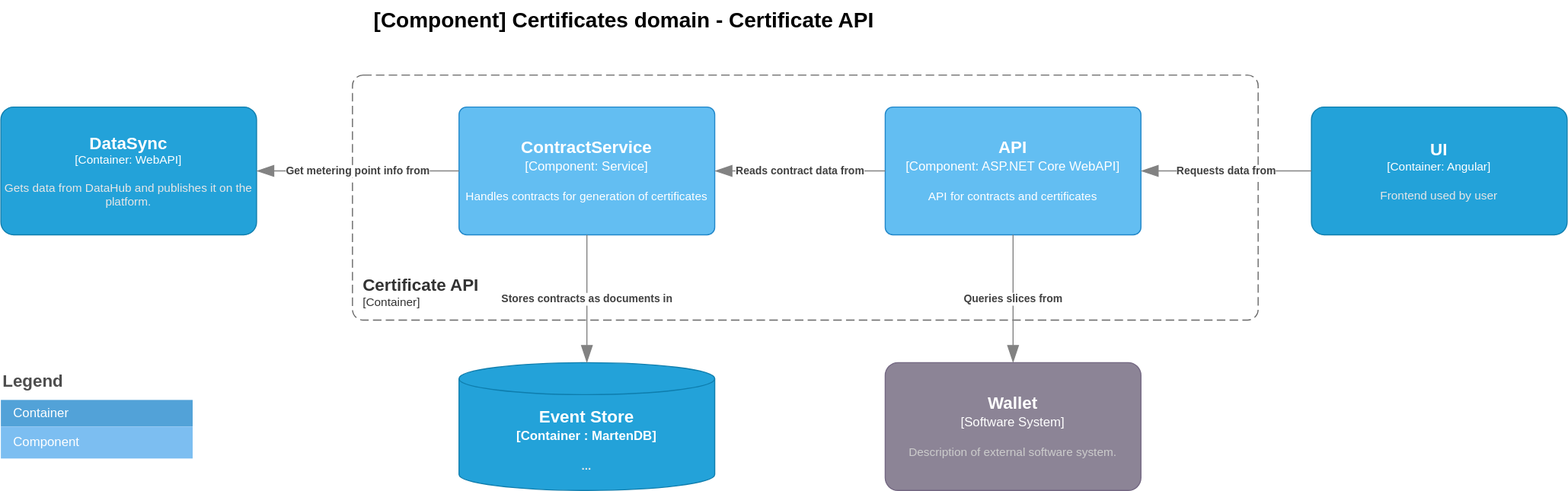
The draw.io diagram doc/architecture/diagrams/certificates.current.component.certificate.api.drawio.svg in Energinet-DataHub/energy-origin, before a commit. Source tidied: cells renumbered, new cells last; positions are measured from the earlier drawing's top-left corner, leaving out a move shared by most shapes.
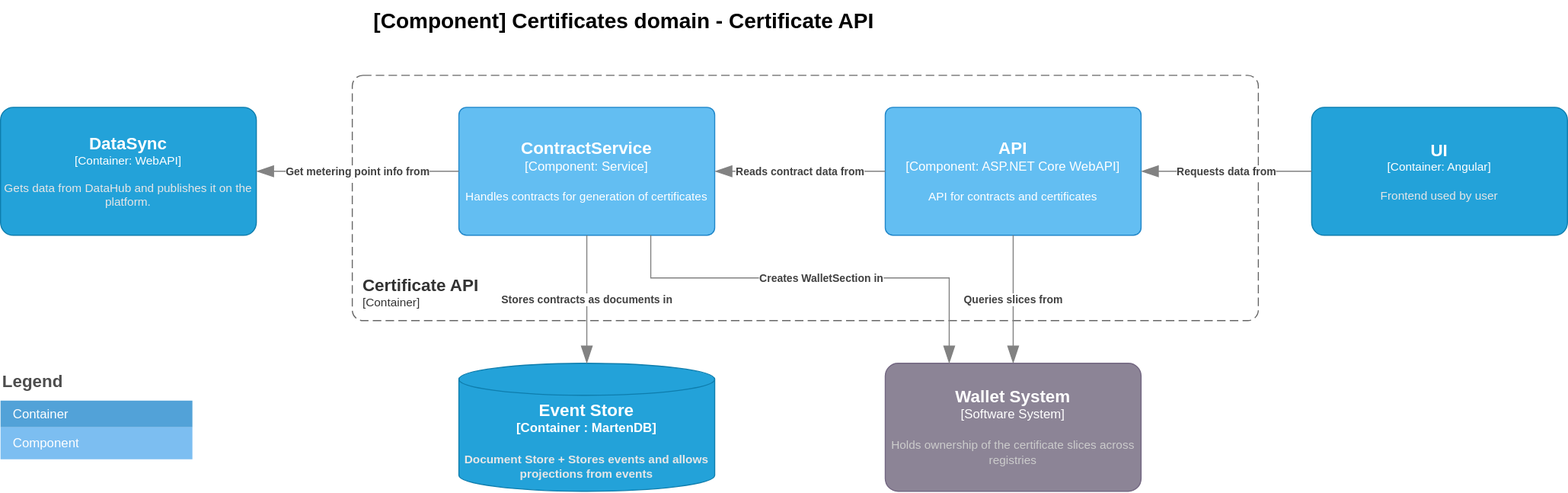
After the change.

What changed in the source:
```diff
@@ -7,7 +7,7 @@
         <mxGeometry x="330" y="70" width="850" height="230" as="geometry" />
       </mxCell>
     </object>
-    <object id="3" label="&lt;font style=&quot;font-size: 16px&quot;&gt;&lt;b&gt;%c4Type%&lt;/font&gt;&lt;div&gt;[%c4Container%:&amp;nbsp;%c4Technology%]&lt;/div&gt;&lt;br&gt;&lt;div&gt;&lt;font style=&quot;font-size: 11px&quot;&gt;&lt;font color=&quot;#E6E6E6&quot;&gt;%c4Description%&lt;/font&gt;&lt;/div&gt;" c4Container="Container " c4Description="..." c4Technology="MartenDB" c4Type="Event Store" placeholders="1">
+    <object id="3" label="&lt;font style=&quot;font-size: 16px&quot;&gt;&lt;b&gt;%c4Type%&lt;/font&gt;&lt;div&gt;[%c4Container%:&amp;nbsp;%c4Technology%]&lt;/div&gt;&lt;br&gt;&lt;div&gt;&lt;font style=&quot;font-size: 11px&quot;&gt;&lt;font color=&quot;#E6E6E6&quot;&gt;%c4Description%&lt;/font&gt;&lt;/div&gt;" c4Container="Container " c4Description="Document Store + Stores events and allows projections from events" c4Technology="MartenDB" c4Type="Event Store" placeholders="1">
       <mxCell style="shape=cylinder3;size=15;whiteSpace=wrap;html=1;boundedLbl=1;rounded=0;labelBackgroundColor=none;fillColor=#23A2D9;fontSize=12;fontColor=#ffffff;align=center;strokeColor=#0E7DAD;points=[[0.5,0,0],[1,0.25,0],[1,0.5,0],[1,0.75,0],[0.5,1,0],[0,0.75,0],[0,0.5,0],[0,0.25,0]];" parent="1" vertex="1">
         <mxGeometry x="430" y="340" width="240" height="120" as="geometry" />
       </mxCell>
@@ -74,10 +74,20 @@
         <mxGeometry relative="1" as="geometry" />
       </mxCell>
     </object>
-    <object id="18" label="&lt;font style=&quot;font-size: 16px&quot;&gt;&lt;b&gt;%c4Name%&lt;/b&gt;&lt;/font&gt;&lt;div&gt;[%c4Type%]&lt;/div&gt;&lt;br&gt;&lt;div&gt;&lt;font style=&quot;font-size: 11px&quot;&gt;&lt;font color=&quot;#cccccc&quot;&gt;%c4Description%&lt;/font&gt;&lt;/div&gt;" c4Description="Description of external software system." c4Name="Wallet" c4Type="Software System" placeholders="1">
+    <object id="18" label="&lt;font style=&quot;font-size: 16px&quot;&gt;&lt;b&gt;%c4Name%&lt;/b&gt;&lt;/font&gt;&lt;div&gt;[%c4Type%]&lt;/div&gt;&lt;br&gt;&lt;div&gt;&lt;font style=&quot;font-size: 11px&quot;&gt;&lt;font color=&quot;#cccccc&quot;&gt;%c4Description%&lt;/font&gt;&lt;/div&gt;" c4Description="Holds ownership of the certificate slices across registries" c4Name="Wallet System" c4Type="Software System" placeholders="1">
       <mxCell style="rounded=1;whiteSpace=wrap;html=1;labelBackgroundColor=none;fillColor=#8C8496;fontColor=#ffffff;align=center;arcSize=10;strokeColor=#736782;points=[[0.25,0,0],[0.5,0,0],[0.75,0,0],[1,0.25,0],[1,0.5,0],[1,0.75,0],[0.75,1,0],[0.5,1,0],[0.25,1,0],[0,0.75,0],[0,0.5,0],[0,0.25,0]];" parent="1" vertex="1">
         <mxGeometry x="830" y="340" width="240" height="120" as="geometry" />
       </mxCell>
     </object>
+    <object id="19" label="&lt;div style=&quot;text-align: left&quot;&gt;&lt;div style=&quot;text-align: center&quot;&gt;&lt;b&gt;%c4Description%&lt;/b&gt;&lt;/div&gt;" c4Description="Creates WalletSection in" c4Type="Relationship" placeholders="1">
+      <mxCell style="endArrow=blockThin;html=1;fontSize=10;fontColor=#404040;strokeWidth=1;endFill=1;strokeColor=#828282;elbow=vertical;endSize=14;startSize=14;jumpStyle=arc;jumpSize=16;rounded=0;edgeStyle=orthogonalEdgeStyle;exitX=0.75;exitY=1;exitDx=0;exitDy=0;exitPerimeter=0;entryX=0.25;entryY=0;entryDx=0;entryDy=0;entryPerimeter=0;" parent="1" edge="1" source="4" target="18">
+        <mxGeometry relative="1" as="geometry">
+          <Array as="points">
+            <mxPoint x="610" y="260" />
+            <mxPoint x="890" y="260" />
+          </Array>
+        </mxGeometry>
+      </mxCell>
+    </object>
   </root>
 </mxGraphModel>
```
